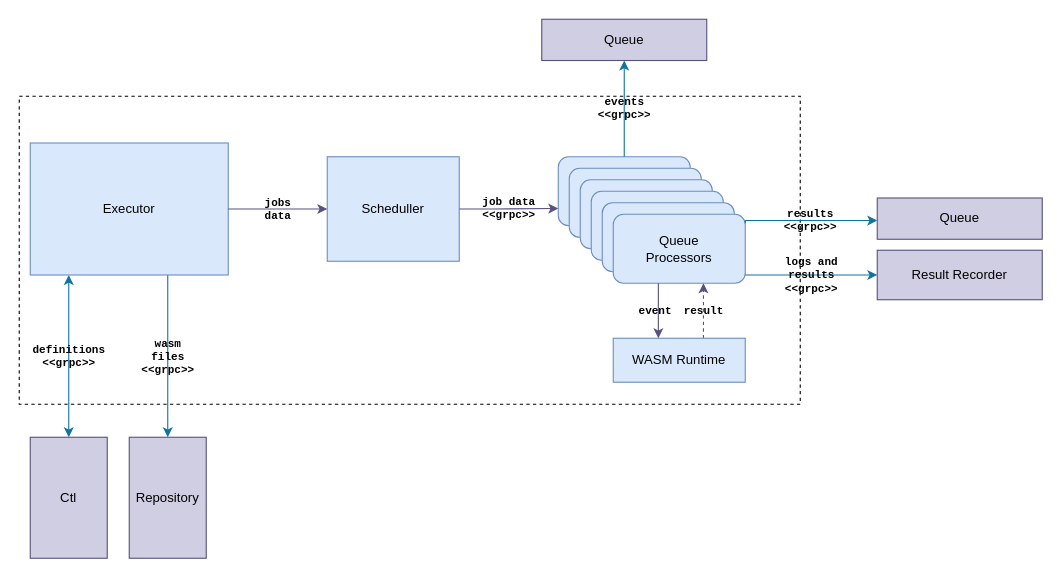
Above: page "Executor" (8 of 16) of docs/Jobico.drawio in andrescosta/jobico-fn (draw.io), before the change. Source tidied: cells renumbered, new cells numbered last; positions are measured from the earlier drawing's top-left corner, leaving out a move shared by most shapes. Both pictures are drawn from the tidied source at 110%, with x=0, y=0 at pixel (19, 19).
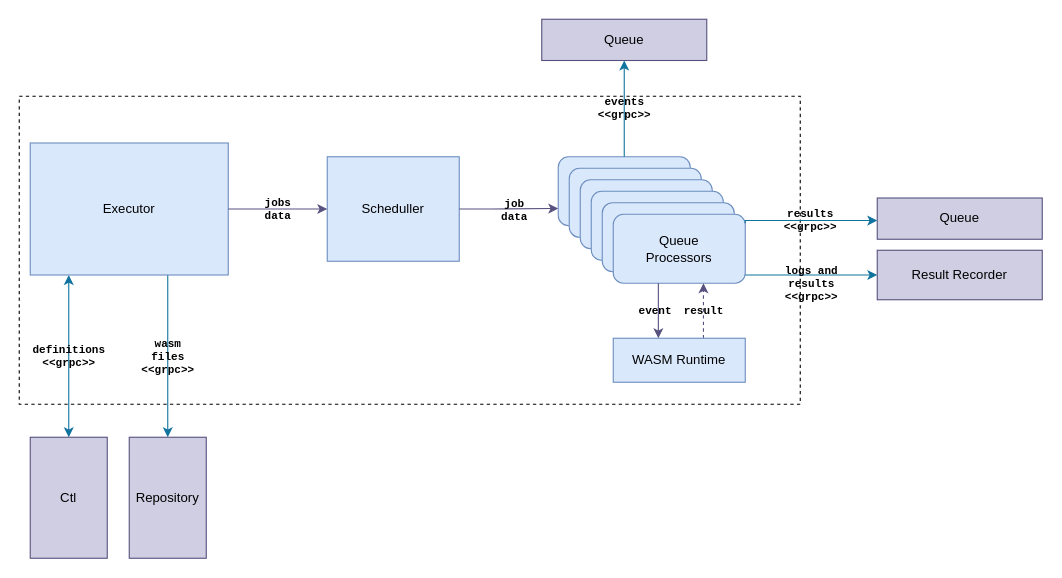
After the change.

Unchanged cells that the change refers to:
```xml
<mxCell id="6" value="Scheduller" style="rounded=0;whiteSpace=wrap;html=1;labelBackgroundColor=none;fillColor=#dae8fc;strokeColor=#6c8ebf;" parent="1" vertex="1">
  <mxGeometry x="280" y="125" width="120" height="95" as="geometry" />
</mxCell>
<mxCell id="9" style="rounded=1;whiteSpace=wrap;html=1;labelBackgroundColor=none;fillColor=#dae8fc;strokeColor=#6c8ebf;" parent="8" vertex="1">
  <mxGeometry width="120" height="62.7" as="geometry" />
</mxCell>
```

Change to the diagram source:
```diff
@@
-    <mxCell id="21" value="job data&lt;br&gt;&amp;lt;&amp;lt;grpc&amp;gt;&amp;gt;" style="edgeStyle=orthogonalEdgeStyle;rounded=0;jettySize=auto;html=1;entryX=0;entryY=0.75;entryDx=0;entryDy=0;labelBackgroundColor=none;fontColor=default;fillColor=#d0cee2;strokeColor=#56517e;fontFamily=Courier New;fontStyle=1;fontSize=10;" parent="1" edge="1" source="6" target="9">
-      <mxGeometry relative="1" as="geometry">
+    <mxCell id="21" value="job &lt;br&gt;data&lt;div&gt;&lt;br/&gt;&lt;/div&gt;" style="edgeStyle=orthogonalEdgeStyle;rounded=0;jettySize=auto;html=1;entryX=0;entryY=0.75;entryDx=0;entryDy=0;labelBackgroundColor=none;fontColor=default;fillColor=#d0cee2;strokeColor=#56517e;fontFamily=Courier New;fontStyle=1;fontSize=10;" parent="1" edge="1" source="6" target="9">
+      <mxGeometry x="0.11" y="-8" relative="1" as="geometry">
         <Array as="points">
           <mxPoint x="430" y="172" />
           <mxPoint x="430" y="172" />
         </Array>
       </mxGeometry>
     </mxCell>
@@
     <mxCell id="23" value="logs and &lt;br style=&quot;font-size: 10px;&quot;&gt;results&lt;br style=&quot;font-size: 10px;&quot;&gt;&amp;lt;&amp;lt;grpc&amp;gt;&amp;gt;" style="edgeStyle=orthogonalEdgeStyle;rounded=0;orthogonalLoop=1;jettySize=auto;html=1;labelBackgroundColor=none;fontColor=default;fillColor=#b1ddf0;strokeColor=#10739e;fontFamily=Courier New;fontStyle=1;fontSize=10;" parent="1" edge="1">
-      <mxGeometry relative="1" as="geometry">
+      <mxGeometry y="-7" relative="1" as="geometry">
         <mxPoint x="660" y="232.5" as="sourcePoint" />
         <mxPoint x="780" y="232.5" as="targetPoint" />
         <Array as="points">
           <mxPoint x="690" y="232.5" />
           <mxPoint x="690" y="232.5" />
         </Array>
+        <mxPoint y="1" as="offset" />
       </mxGeometry>
     </mxCell>
```
